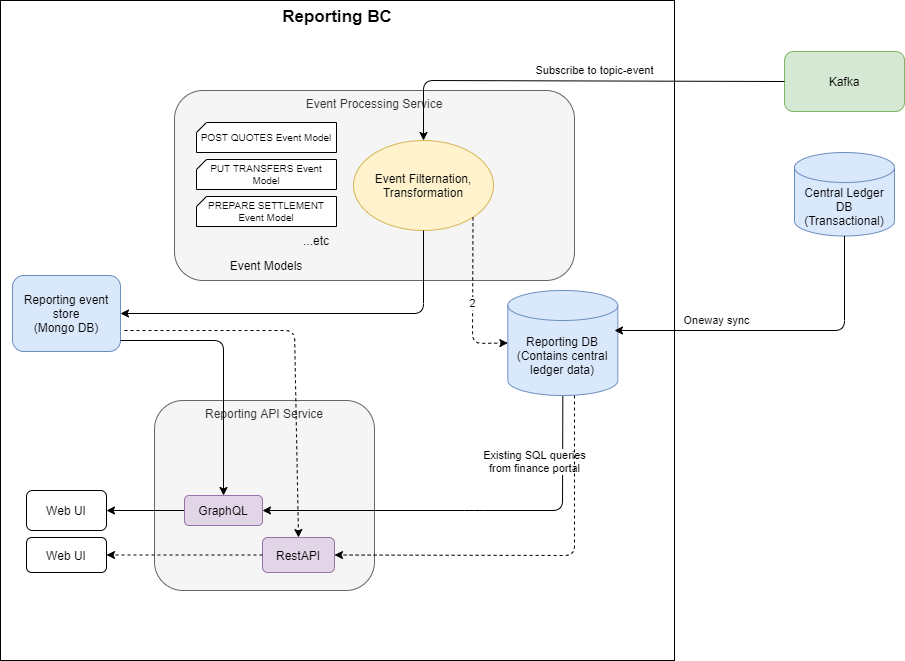
The draw.io diagram docs/src/.vuepress/public/Reporting-&-Auditing-Overview.png in mojaloop/business-operations-framework-docs, before a commit. Source tidied: cells renumbered, new cells last; positions are measured from the earlier drawing's top-left corner, leaving out a move shared by most shapes. Its diagram source:
```xml
<mxGraphModel>
  <root>
    <mxCell id="0" />
    <mxCell id="1" parent="0" />
    <mxCell id="2" value="&lt;b&gt;&lt;font style=&quot;font-size: 17px&quot;&gt;Reporting BC&lt;/font&gt;&lt;/b&gt;" style="rounded=0;whiteSpace=wrap;html=1;verticalAlign=top;" parent="1" vertex="1">
      <mxGeometry width="674" height="660" as="geometry" />
    </mxCell>
    <mxCell id="3" value="Event Processing Service" style="rounded=1;whiteSpace=wrap;html=1;fillColor=#f5f5f5;strokeColor=#666666;fontColor=#333333;verticalAlign=top;" parent="1" vertex="1">
      <mxGeometry x="174" y="90" width="400" height="190" as="geometry" />
    </mxCell>
    <mxCell id="4" value="Reporting API Service" style="rounded=1;whiteSpace=wrap;html=1;fillColor=#f5f5f5;strokeColor=#666666;fontColor=#333333;verticalAlign=top;" parent="1" vertex="1">
      <mxGeometry x="154" y="400" width="220" height="190" as="geometry" />
    </mxCell>
    <mxCell id="5" value="Kafka" style="rounded=1;whiteSpace=wrap;html=1;fillColor=#d5e8d4;strokeColor=#82b366;" parent="1" vertex="1">
      <mxGeometry x="784" y="51" width="120" height="60" as="geometry" />
    </mxCell>
    <mxCell id="6" value="Reporting event store&lt;br&gt;(Mongo DB)" style="rounded=1;whiteSpace=wrap;html=1;fillColor=#dae8fc;strokeColor=#6c8ebf;" parent="1" vertex="1">
      <mxGeometry x="12" y="275" width="108" height="76" as="geometry" />
    </mxCell>
    <mxCell id="7" value="Web UI" style="rounded=1;whiteSpace=wrap;html=1;" parent="1" vertex="1">
      <mxGeometry x="26" y="490" width="80" height="40" as="geometry" />
    </mxCell>
    <mxCell id="8" value="Event Filternation, Transformation" style="ellipse;whiteSpace=wrap;html=1;fillColor=#fff2cc;strokeColor=#d6b656;" parent="1" vertex="1">
      <mxGeometry x="353" y="140" width="140" height="90" as="geometry" />
    </mxCell>
    <mxCell id="9" style="endArrow=classic;html=1;exitX=0;exitY=0.5;exitDx=0;exitDy=0;entryX=0.5;entryY=0;entryDx=0;entryDy=0;" parent="1" edge="1" source="5" target="8">
      <mxGeometry relative="1" as="geometry">
        <Array as="points">
          <mxPoint x="423" y="80" />
        </Array>
      </mxGeometry>
    </mxCell>
    <mxCell id="10" value="Subscribe to topic-event" style="edgeLabel;html=1;align=center;verticalAlign=middle;" parent="9" vertex="1">
      <mxGeometry x="-0.43" relative="1" as="geometry">
        <mxPoint x="-71" y="-11" as="offset" />
      </mxGeometry>
    </mxCell>
    <mxCell id="11" style="endArrow=classic;html=1;exitX=0.5;exitY=1;exitDx=0;exitDy=0;exitPerimeter=0;entryX=1;entryY=0.5;entryDx=0;entryDy=0;" parent="1" edge="1" source="14" target="29">
      <mxGeometry relative="1" as="geometry">
        <Array as="points">
          <mxPoint x="562" y="510" />
          <mxPoint x="474" y="510" />
        </Array>
      </mxGeometry>
    </mxCell>
    <mxCell id="12" value="Existing SQL queries&lt;br&gt;from finance portal" style="edgeLabel;html=1;align=center;verticalAlign=middle;" parent="11" vertex="1">
      <mxGeometry x="-0.3" y="2" relative="1" as="geometry">
        <mxPoint x="1" y="-52" as="offset" />
      </mxGeometry>
    </mxCell>
    <mxCell id="13" style="endArrow=classic;html=1;exitX=0;exitY=0.5;exitDx=0;exitDy=0;entryX=1;entryY=0.5;entryDx=0;entryDy=0;" parent="1" edge="1" source="29" target="7">
      <mxGeometry relative="1" as="geometry" />
    </mxCell>
    <mxCell id="14" value="Reporting DB&lt;br&gt;(Contains central ledger data)" style="shape=cylinder3;whiteSpace=wrap;html=1;boundedLbl=1;backgroundOutline=1;size=15;fillColor=#dae8fc;strokeColor=#6c8ebf;" parent="1" vertex="1">
      <mxGeometry x="507.3" y="290" width="110" height="105" as="geometry" />
    </mxCell>
    <mxCell id="15" value="POST QUOTES Event Model" style="shape=card;whiteSpace=wrap;html=1;size=10;fontSize=10;" parent="1" vertex="1">
      <mxGeometry x="196" y="122" width="140" height="30" as="geometry" />
    </mxCell>
    <mxCell id="16" value="PUT TRANSFERS Event Model" style="shape=card;whiteSpace=wrap;html=1;size=10;fontSize=10;" parent="1" vertex="1">
      <mxGeometry x="196" y="159" width="140" height="30" as="geometry" />
    </mxCell>
    <mxCell id="17" value="PREPARE SETTLEMENT Event Model" style="shape=card;whiteSpace=wrap;html=1;size=10;fontSize=10;" parent="1" vertex="1">
      <mxGeometry x="196" y="196" width="140" height="30" as="geometry" />
    </mxCell>
    <mxCell id="18" value="Event Models" style="text;html=1;strokeColor=none;fillColor=none;align=center;verticalAlign=middle;whiteSpace=wrap;rounded=0;" parent="1" vertex="1">
      <mxGeometry x="226" y="255" width="80" height="20" as="geometry" />
    </mxCell>
    <mxCell id="19" value="...etc" style="text;html=1;strokeColor=none;fillColor=none;align=center;verticalAlign=middle;whiteSpace=wrap;rounded=0;" parent="1" vertex="1">
      <mxGeometry x="296" y="230" width="40" height="20" as="geometry" />
    </mxCell>
    <mxCell id="20" style="endArrow=classic;html=1;exitX=0.5;exitY=1;exitDx=0;exitDy=0;entryX=1;entryY=0.5;entryDx=0;entryDy=0;" parent="1" edge="1" source="8" target="6">
      <mxGeometry relative="1" as="geometry">
        <Array as="points">
          <mxPoint x="423" y="313" />
        </Array>
      </mxGeometry>
    </mxCell>
    <mxCell id="21" style="endArrow=classic;html=1;entryX=0.5;entryY=0;entryDx=0;entryDy=0;" parent="1" edge="1" target="29">
      <mxGeometry relative="1" as="geometry">
        <mxPoint x="120" y="340" as="sourcePoint" />
        <Array as="points">
          <mxPoint x="223" y="340" />
        </Array>
      </mxGeometry>
    </mxCell>
    <mxCell id="22" style="endArrow=classic;html=1;exitX=1;exitY=1;exitDx=0;exitDy=0;entryX=0;entryY=0.5;entryDx=0;entryDy=0;entryPerimeter=0;dashed=1;" parent="1" edge="1" source="8" target="14">
      <mxGeometry relative="1" as="geometry">
        <Array as="points">
          <mxPoint x="472" y="343" />
        </Array>
      </mxGeometry>
    </mxCell>
    <mxCell id="23" value="2" style="edgeLabel;html=1;align=center;verticalAlign=middle;" parent="22" vertex="1">
      <mxGeometry x="0.07" y="-1" relative="1" as="geometry" />
    </mxCell>
    <mxCell id="24" value="Central Ledger DB&lt;br&gt;(Transactional)" style="shape=cylinder3;whiteSpace=wrap;html=1;boundedLbl=1;backgroundOutline=1;size=15;fillColor=#dae8fc;strokeColor=#6c8ebf;" parent="1" vertex="1">
      <mxGeometry x="794" y="152" width="100" height="83.5" as="geometry" />
    </mxCell>
    <mxCell id="25" value="Oneway sync" style="endArrow=classic;html=1;exitX=0.5;exitY=1;exitDx=0;exitDy=0;exitPerimeter=0;" parent="1" edge="1" source="24">
      <mxGeometry x="0.37" y="-10" relative="1" as="geometry">
        <mxPoint x="614" y="330" as="targetPoint" />
        <Array as="points">
          <mxPoint x="844" y="330" />
        </Array>
      </mxGeometry>
    </mxCell>
    <mxCell id="26" value="RestAPI" style="rounded=1;whiteSpace=wrap;html=1;fillColor=#e1d5e7;strokeColor=#9673a6;" parent="1" vertex="1">
      <mxGeometry x="262" y="537" width="72" height="35" as="geometry" />
    </mxCell>
    <mxCell id="27" style="endArrow=classic;html=1;entryX=1;entryY=0.5;entryDx=0;entryDy=0;dashed=1;" parent="1" edge="1" target="26">
      <mxGeometry relative="1" as="geometry">
        <mxPoint x="574" y="395" as="sourcePoint" />
        <Array as="points">
          <mxPoint x="574" y="555" />
        </Array>
      </mxGeometry>
    </mxCell>
    <mxCell id="28" style="endArrow=classic;html=1;entryX=0.5;entryY=0;entryDx=0;entryDy=0;dashed=1;" parent="1" edge="1" target="26">
      <mxGeometry relative="1" as="geometry">
        <mxPoint x="124" y="330" as="sourcePoint" />
        <Array as="points">
          <mxPoint x="294" y="330" />
        </Array>
      </mxGeometry>
    </mxCell>
    <mxCell id="29" value="GraphQL" style="rounded=1;whiteSpace=wrap;html=1;fillColor=#e1d5e7;strokeColor=#9673a6;" parent="1" vertex="1">
      <mxGeometry x="184" y="495" width="78" height="30" as="geometry" />
    </mxCell>
    <mxCell id="30" value="Web UI" style="rounded=1;whiteSpace=wrap;html=1;" parent="1" vertex="1">
      <mxGeometry x="26" y="537" width="80" height="35" as="geometry" />
    </mxCell>
    <mxCell id="31" style="endArrow=classic;html=1;exitX=0;exitY=0.5;exitDx=0;exitDy=0;entryX=1;entryY=0.5;entryDx=0;entryDy=0;dashed=1;" parent="1" edge="1" source="26" target="30">
      <mxGeometry relative="1" as="geometry" />
    </mxCell>
  </root>
</mxGraphModel>
```
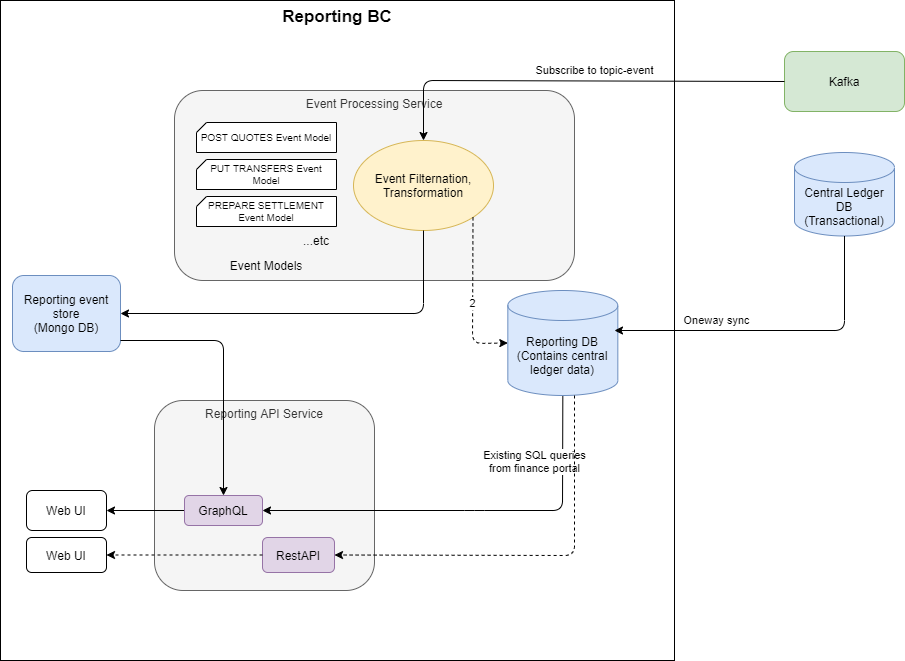
After the change.

Commit message:
Updated reporting BD design overview

Change to the diagram source:
```diff
@@ -116,14 +116,6 @@
         </Array>
       </mxGeometry>
     </mxCell>
-    <mxCell id="28" style="endArrow=classic;html=1;entryX=0.5;entryY=0;entryDx=0;entryDy=0;dashed=1;" parent="1" edge="1" target="26">
-      <mxGeometry relative="1" as="geometry">
-        <mxPoint x="124" y="330" as="sourcePoint" />
-        <Array as="points">
-          <mxPoint x="294" y="330" />
-        </Array>
-      </mxGeometry>
-    </mxCell>
     <mxCell id="29" value="GraphQL" style="rounded=1;whiteSpace=wrap;html=1;fillColor=#e1d5e7;strokeColor=#9673a6;" parent="1" vertex="1">
       <mxGeometry x="184" y="495" width="78" height="30" as="geometry" />
     </mxCell>
```
